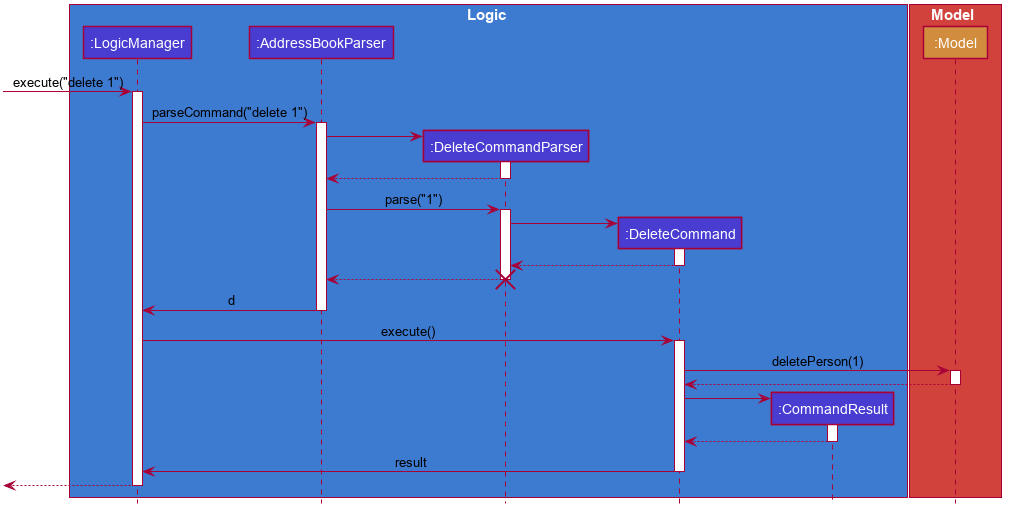
Earlier version of the PlantUML export docs/images/delete-sequence-diagram.png (se-edu/addressbook-level4).
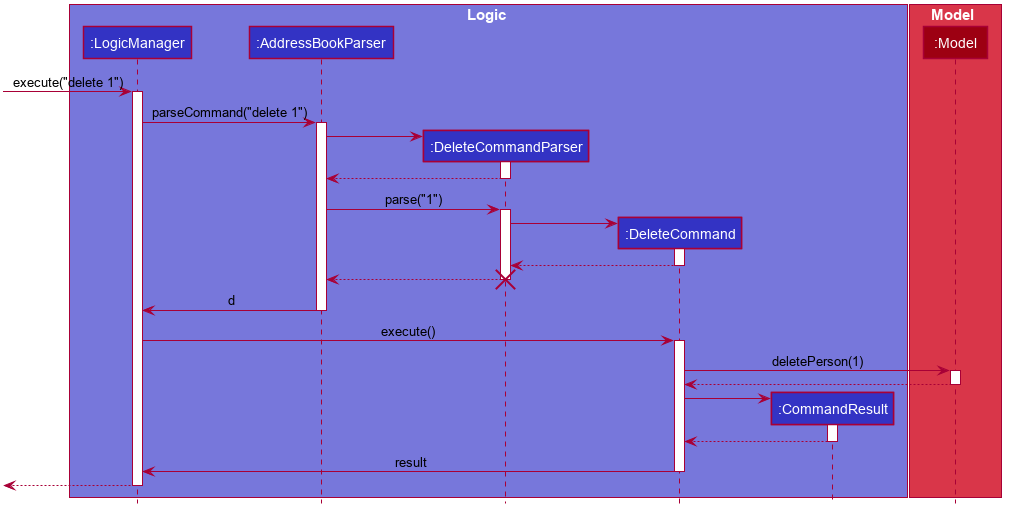
After the commit.

Change to the diagram source:
```diff
@@ -12,9 +12,10 @@
 skinparam Shadowing false
 
 skinparam Class {
-    FontColor White
-    BorderThickness 0
+    FontColor #FFFFFF
+    BorderThickness 1
     BorderColor #FFFFFF
+    StereotypeFontColor #FFFFFF
 }
 
 skinparam Actor {
@@ -22,14 +23,12 @@
     Color #000000
 }
 
-
 skinparam Sequence {
     MessageAlign center
     BoxFontSize 15
     BoxPadding 0
     BoxFontColor #FFFFFF
 }
-
 
 skinparam Participant {
     FontColor #FFFFFFF
@@ -40,20 +39,22 @@
 skinparam ParticipantPadding 10
 skinparam Shadowing false
 skinparam DefaultTextAlignment center
+skinparam packageStyle Rectangle
 
 hide footbox
 hide members
+hide circle
 
-box Logic #3D7BD1
-participant ":LogicManager" as LogicManager #493DD1
-participant ":AddressBookParser" as AddressBookParser #493DD1
-participant ":DeleteCommandParser" as DeleteCommandParser #493DD1
-participant ":DeleteCommand" as DeleteCommand #493DD1
-participant ":CommandResult" as CommandResult #493DD1
+box Logic #7777DB
+participant ":LogicManager" as LogicManager #3333C4
+participant ":AddressBookParser" as AddressBookParser #3333C4
+participant ":DeleteCommandParser" as DeleteCommandParser #3333C4
+participant ":DeleteCommand" as DeleteCommand #3333C4
+participant ":CommandResult" as CommandResult #3333C4
 end box
 
-box Model #D1423D
-participant ":Model" as Model #D18C3D
+box Model #D93649
+participant ":Model" as Model #9D0012
 end box
 
 [-> LogicManager : execute("delete 1")
```
